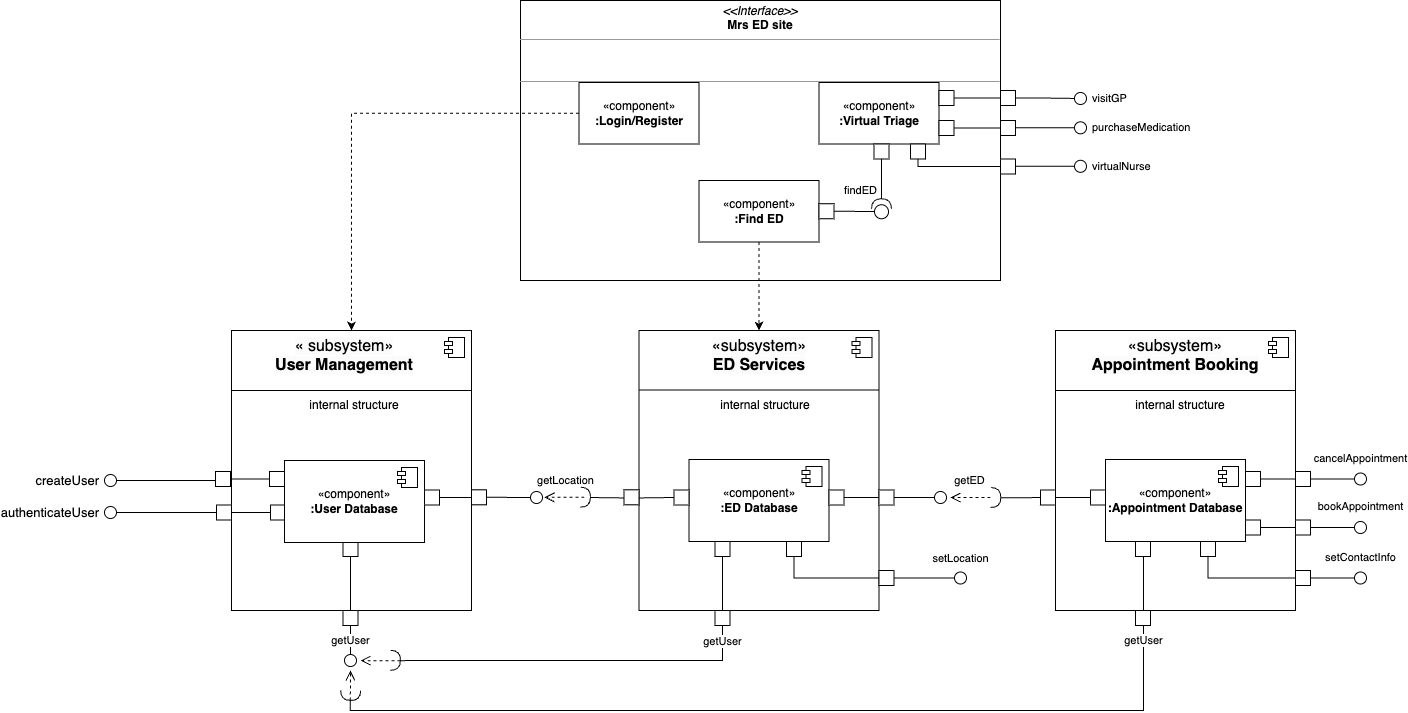
uvic-teach/project-m1-team6 keeps this draw.io diagram as diagrams/Component_Diagram.drawio.png. Above is the earlier version. Source tidied: cells renumbered, new cells last; positions are measured from the earlier drawing's top-left corner, leaving out a move shared by most shapes.
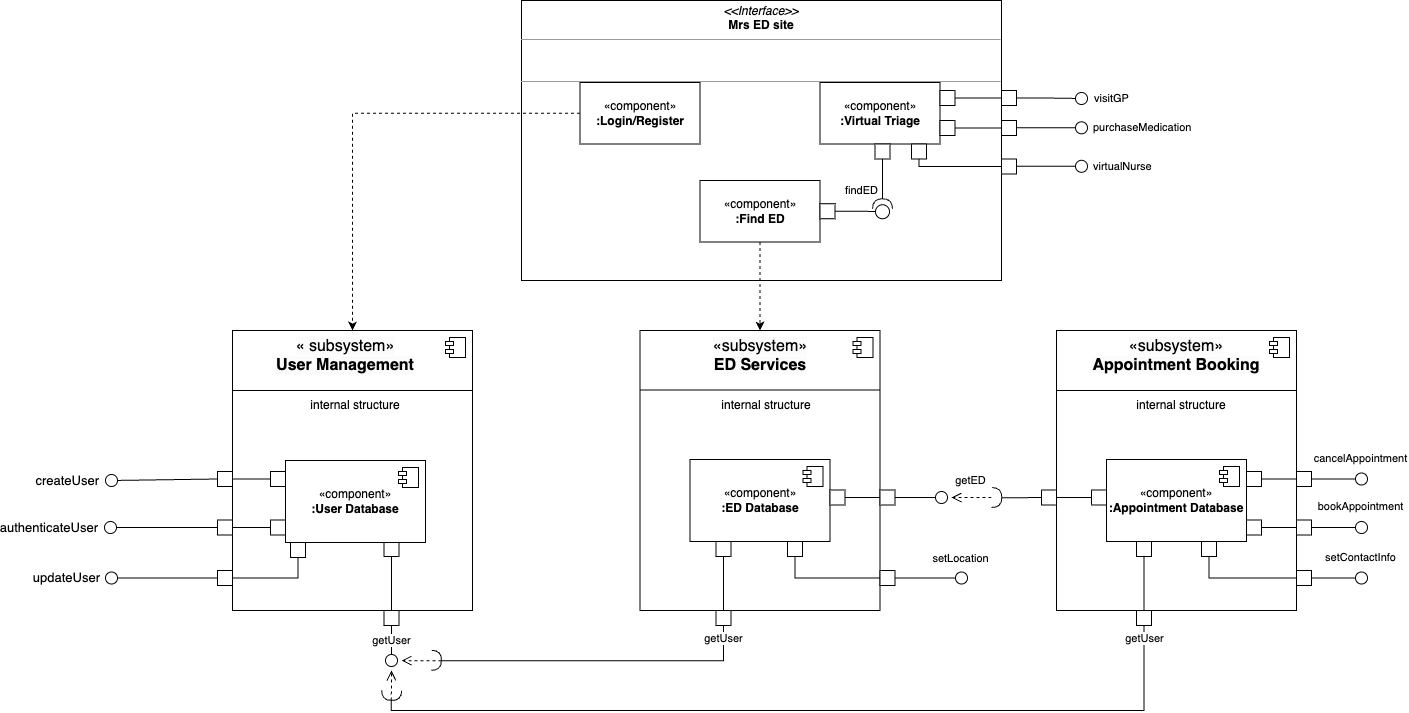
The same file after the commit.

The edit, as a diff of the source:
```diff
@@ -12,7 +12,7 @@
     </mxCell>
     <mxCell id="4" value="authenticateUser" style="edgeStyle=orthogonalEdgeStyle;rounded=0;jettySize=auto;html=1;endArrow=oval;endFill=0;endSize=12;fontSize=13;exitX=0;exitY=0.5;exitDx=0;exitDy=0;labelPosition=left;verticalLabelPosition=middle;align=right;verticalAlign=middle;" parent="1" edge="1" source="35">
       <mxGeometry x="1" y="10" relative="1" as="geometry">
-        <mxPoint y="512" as="targetPoint" />
+        <mxPoint x="-1" y="527" as="targetPoint" />
         <mxPoint x="-10" y="-10" as="offset" />
       </mxGeometry>
     </mxCell>
@@ -20,10 +20,10 @@
       <mxGeometry relative="1" as="geometry" />
     </mxCell>
     <mxCell id="6" style="html=1;rounded=0;" parent="1" vertex="1">
-      <mxGeometry x="160" y="504.5" width="15" height="15" as="geometry" />
+      <mxGeometry x="159" y="519.5" width="15" height="15" as="geometry" />
     </mxCell>
     <mxCell id="7" style="html=1;rounded=0;" parent="1" vertex="1">
-      <mxGeometry x="232.5" y="541" width="15" height="15" as="geometry" />
+      <mxGeometry x="272.5" y="541" width="15" height="15" as="geometry" />
     </mxCell>
     <mxCell id="8" style="html=1;rounded=0;" parent="1" vertex="1">
       <mxGeometry x="498.5" y="144.5" width="15" height="15" as="geometry" />
@@ -68,7 +68,7 @@
       <mxGeometry x="410" width="480" height="280" as="geometry" />
     </mxCell>
     <mxCell id="20" style="group;" parent="1" vertex="1">
-      <mxGeometry x="230" y="650" width="70.3" height="20.3" as="geometry" />
+      <mxGeometry x="270" y="650" width="70.3" height="20.3" as="geometry" />
     </mxCell>
     <mxCell id="21" style="shape=requiredInterface;html=1;verticalLabelPosition=bottom;sketch=0;rotation=-178;direction=west;" parent="20" vertex="1">
       <mxGeometry x="50" width="10" height="20" as="geometry" />
@@ -82,24 +82,23 @@
     <mxCell id="23" value="getUser" style="edgeStyle=orthogonalEdgeStyle;rounded=0;jettySize=auto;html=1;endArrow=none;endFill=0;entryX=0.5;entryY=1;entryDx=0;entryDy=0;exitX=1;exitY=0.5;exitDx=0;exitDy=0;exitPerimeter=0;" parent="1" edge="1" source="24" target="45">
       <mxGeometry x="0.82" y="1" relative="1" as="geometry">
         <Array as="points">
-          <mxPoint x="240" y="710" />
+          <mxPoint x="280" y="710" />
           <mxPoint x="1033" y="710" />
-          <mxPoint x="1033" y="556" />
         </Array>
         <mxPoint x="1" as="offset" />
       </mxGeometry>
     </mxCell>
     <mxCell id="24" style="shape=requiredInterface;html=1;verticalLabelPosition=bottom;sketch=0;rotation=-178;direction=north;" parent="1" vertex="1">
-      <mxGeometry x="230" y="690" width="20" height="10" as="geometry" />
+      <mxGeometry x="270" y="690" width="20" height="10" as="geometry" />
     </mxCell>
     <mxCell id="25" style="edgeStyle=orthogonalEdgeStyle;rounded=0;jettySize=auto;html=1;exitX=1;exitY=0.5;exitDx=0;exitDy=0;exitPerimeter=0;dashed=1;endArrow=open;endFill=0;endSize=8;" parent="1" edge="1" source="24">
       <mxGeometry relative="1" as="geometry">
-        <mxPoint x="240" y="670" as="targetPoint" />
+        <mxPoint x="280" y="670" as="targetPoint" />
       </mxGeometry>
     </mxCell>
     <mxCell id="26" value="getUser" style="edgeStyle=orthogonalEdgeStyle;rounded=0;jettySize=auto;html=1;exitX=0.5;exitY=1;exitDx=0;exitDy=0;endArrow=oval;endFill=0;endSize=12;" parent="1" edge="1" source="7">
       <mxGeometry x="0.62" relative="1" as="geometry">
-        <mxPoint x="240" y="660" as="targetPoint" />
+        <mxPoint x="280" y="660" as="targetPoint" />
       </mxGeometry>
     </mxCell>
     <mxCell id="27" value="&lt;span style=&quot;color: rgb(0, 0, 0); font-family: Helvetica; font-size: 16px; font-style: normal; font-variant-ligatures: normal; font-variant-caps: normal; font-weight: 400; letter-spacing: normal; orphans: 2; text-indent: 0px; text-transform: none; widows: 2; word-spacing: 0px; -webkit-text-stroke-width: 0px; background-color: rgb(251, 251, 251); text-decoration-thickness: initial; text-decoration-style: initial; text-decoration-color: initial; float: none; display: inline !important;&quot;&gt;«subsystem»&lt;/span&gt;&lt;br style=&quot;border-color: var(--border-color); color: rgb(0, 0, 0); font-family: Helvetica; font-size: 16px; font-style: normal; font-variant-ligatures: normal; font-variant-caps: normal; font-weight: 400; letter-spacing: normal; orphans: 2; text-indent: 0px; text-transform: none; widows: 2; word-spacing: 0px; -webkit-text-stroke-width: 0px; background-color: rgb(251, 251, 251); text-decoration-thickness: initial; text-decoration-style: initial; text-decoration-color: initial;&quot;&gt;&lt;b style=&quot;border-color: var(--border-color); color: rgb(0, 0, 0); font-family: Helvetica; font-size: 16px; font-style: normal; font-variant-ligatures: normal; font-variant-caps: normal; letter-spacing: normal; orphans: 2; text-indent: 0px; text-transform: none; widows: 2; word-spacing: 0px; -webkit-text-stroke-width: 0px; background-color: rgb(251, 251, 251); text-decoration-thickness: initial; text-decoration-style: initial; text-decoration-color: initial;&quot;&gt;Appointment Booking&lt;/b&gt;" style="text;whiteSpace=wrap;html=1;align=center;" parent="1" vertex="1">
@@ -133,7 +132,7 @@
       </mxGeometry>
     </mxCell>
     <mxCell id="35" style="html=1;rounded=0;" parent="1" vertex="1">
-      <mxGeometry x="106" y="504.5" width="15" height="15" as="geometry" />
+      <mxGeometry x="106" y="519.5" width="15" height="15" as="geometry" />
     </mxCell>
     <mxCell id="36" value="createUser" style="edgeStyle=orthogonalEdgeStyle;rounded=0;jettySize=auto;html=1;endArrow=oval;endFill=0;endSize=12;fontSize=13;exitX=0;exitY=0.5;exitDx=0;exitDy=0;labelPosition=left;verticalLabelPosition=middle;align=right;verticalAlign=middle;" parent="1" edge="1" source="39">
       <mxGeometry x="1" y="10" relative="1" as="geometry">
@@ -153,7 +152,7 @@
       <mxGeometry x="159" y="471" width="15" height="15" as="geometry" />
     </mxCell>
     <mxCell id="39" style="html=1;rounded=0;" parent="1" vertex="1">
-      <mxGeometry x="105" y="471" width="15" height="15" as="geometry" />
+      <mxGeometry x="106" y="471" width="15" height="15" as="geometry" />
     </mxCell>
     <mxCell id="40" style="edgeStyle=orthogonalEdgeStyle;rounded=0;jettySize=auto;html=1;entryX=0;entryY=0.5;entryDx=0;entryDy=0;endArrow=none;endFill=0;" parent="1" edge="1" source="41" target="42">
       <mxGeometry relative="1" as="geometry" />
@@ -206,41 +205,6 @@
     <mxCell id="54" style="edgeStyle=orthogonalEdgeStyle;rounded=0;jettySize=auto;html=1;entryX=0;entryY=0.5;entryDx=0;entryDy=0;endArrow=none;endFill=0;" parent="1" edge="1" source="53" target="50">
       <mxGeometry relative="1" as="geometry" />
     </mxCell>
-    <mxCell id="55" value="getLocation" style="edgeStyle=orthogonalEdgeStyle;rounded=0;jettySize=auto;html=1;endArrow=oval;endFill=0;endSize=12;exitX=1;exitY=0.5;exitDx=0;exitDy=0;" parent="1" edge="1" source="63">
-      <mxGeometry x="1" y="34" relative="1" as="geometry">
-        <mxPoint x="426" y="497" as="targetPoint" />
-        <mxPoint x="30" y="17" as="offset" />
-      </mxGeometry>
-    </mxCell>
-    <mxCell id="56" style="html=1;verticalAlign=bottom;endArrow=open;dashed=1;endSize=8;curved=0;rounded=0;" parent="1" edge="1">
-      <mxGeometry relative="1" as="geometry">
-        <mxPoint x="474" y="496.9" as="sourcePoint" />
-        <mxPoint x="434" y="496.9" as="targetPoint" />
-      </mxGeometry>
-    </mxCell>
-    <mxCell id="57" style="edgeStyle=orthogonalEdgeStyle;rounded=0;jettySize=auto;html=1;entryX=0;entryY=0.5;entryDx=0;entryDy=0;endArrow=none;endFill=0;" parent="1" edge="1" target="60">
-      <mxGeometry relative="1" as="geometry">
-        <mxPoint x="480" y="497" as="sourcePoint" />
-      </mxGeometry>
-    </mxCell>
-    <mxCell id="58" style="edgeStyle=orthogonalEdgeStyle;rounded=0;jettySize=auto;html=1;endArrow=none;endFill=0;" parent="1" edge="1" source="59" target="63">
-      <mxGeometry relative="1" as="geometry" />
-    </mxCell>
-    <mxCell id="59" style="html=1;rounded=0;" parent="1" vertex="1">
-      <mxGeometry x="314" y="489.5" width="15" height="15" as="geometry" />
-    </mxCell>
-    <mxCell id="60" style="html=1;rounded=0;" parent="1" vertex="1">
-      <mxGeometry x="563.5" y="489.5" width="15" height="15" as="geometry" />
-    </mxCell>
-    <mxCell id="61" style="shape=requiredInterface;html=1;verticalLabelPosition=bottom;sketch=0;rotation=-178;direction=west;" parent="1" vertex="1">
-      <mxGeometry x="470" y="486.8" width="10" height="20" as="geometry" />
-    </mxCell>
-    <mxCell id="62" style="html=1;rounded=0;" parent="1" vertex="1">
-      <mxGeometry x="513.5" y="489.3" width="15" height="15" as="geometry" />
-    </mxCell>
-    <mxCell id="63" style="html=1;rounded=0;" parent="1" vertex="1">
-      <mxGeometry x="361" y="489.3" width="15" height="15" as="geometry" />
-    </mxCell>
     <mxCell id="64" style="edgeStyle=orthogonalEdgeStyle;rounded=0;jettySize=auto;html=1;dashed=1;" parent="1" edge="1" source="65" target="2">
       <mxGeometry relative="1" as="geometry" />
     </mxCell>
@@ -334,11 +298,10 @@
     <mxCell id="89" style="html=1;rounded=0;" parent="1" vertex="1">
       <mxGeometry x="604.5" y="610" width="15" height="15" as="geometry" />
     </mxCell>
-    <mxCell id="90" value="getUser" style="edgeStyle=orthogonalEdgeStyle;rounded=0;jettySize=auto;html=1;entryX=1;entryY=0.5;entryDx=0;entryDy=0;entryPerimeter=0;endArrow=none;endFill=0;" parent="1" edge="1" source="89" target="21">
+    <mxCell id="90" value="getUser" style="edgeStyle=orthogonalEdgeStyle;rounded=0;jettySize=auto;html=1;entryX=1;entryY=0.5;entryDx=0;entryDy=0;entryPerimeter=0;endArrow=none;endFill=0;exitX=0.5;exitY=1;exitDx=0;exitDy=0;" parent="1" edge="1" source="89" target="21">
       <mxGeometry x="-0.91" relative="1" as="geometry">
         <Array as="points">
           <mxPoint x="612" y="660" />
-          <mxPoint x="300" y="660" />
         </Array>
       </mxGeometry>
     </mxCell>
@@ -424,10 +387,25 @@
       </mxGeometry>
     </mxCell>
     <mxCell id="110" style="html=1;rounded=0;" parent="1" vertex="1">
-      <mxGeometry x="232.5" y="610" width="15" height="15" as="geometry" />
+      <mxGeometry x="272.5" y="610" width="15" height="15" as="geometry" />
     </mxCell>
     <mxCell id="111" style="html=1;rounded=0;" parent="1" vertex="1">
       <mxGeometry x="1025" y="610" width="15" height="15" as="geometry" />
     </mxCell>
+    <mxCell id="112" value="updateUser" style="edgeStyle=orthogonalEdgeStyle;rounded=0;jettySize=auto;html=1;endArrow=oval;endFill=0;endSize=12;fontSize=13;exitX=0;exitY=0.5;exitDx=0;exitDy=0;labelPosition=left;verticalLabelPosition=middle;align=right;verticalAlign=middle;" parent="1" edge="1" source="114">
+      <mxGeometry x="1" y="10" relative="1" as="geometry">
+        <mxPoint y="577.5" as="targetPoint" />
+        <mxPoint x="-10" y="-10" as="offset" />
+      </mxGeometry>
+    </mxCell>
+    <mxCell id="113" style="edgeStyle=orthogonalEdgeStyle;rounded=0;jettySize=auto;html=1;entryX=0.5;entryY=1;entryDx=0;entryDy=0;endArrow=none;endFill=0;" parent="1" edge="1" source="114" target="115">
+      <mxGeometry relative="1" as="geometry" />
+    </mxCell>
+    <mxCell id="114" style="html=1;rounded=0;" parent="1" vertex="1">
+      <mxGeometry x="106" y="570" width="15" height="15" as="geometry" />
+    </mxCell>
+    <mxCell id="115" style="html=1;rounded=0;" parent="1" vertex="1">
+      <mxGeometry x="179" y="542" width="15" height="15" as="geometry" />
+    </mxCell>
   </root>
 </mxGraphModel>
```
